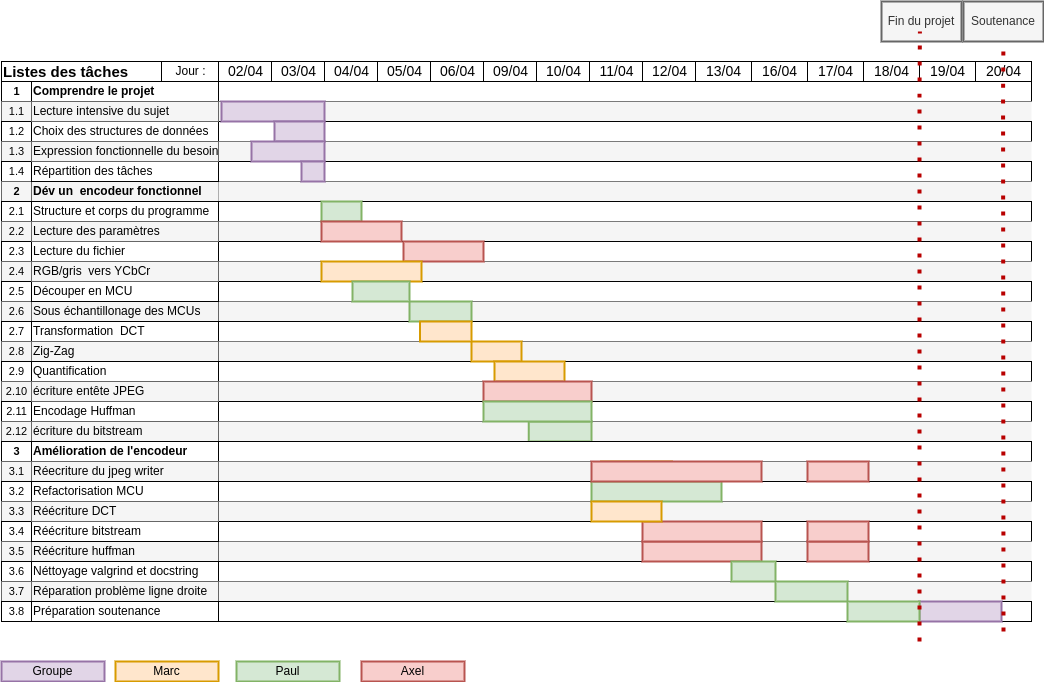
This is docs/Gantt.drawio.png from Paul-vrn/jpeg-encoder, a draw.io export, as it was before one commit. Source tidied: cells renumbered, new cells last; positions are measured from the earlier drawing's top-left corner, leaving out a move shared by most shapes.
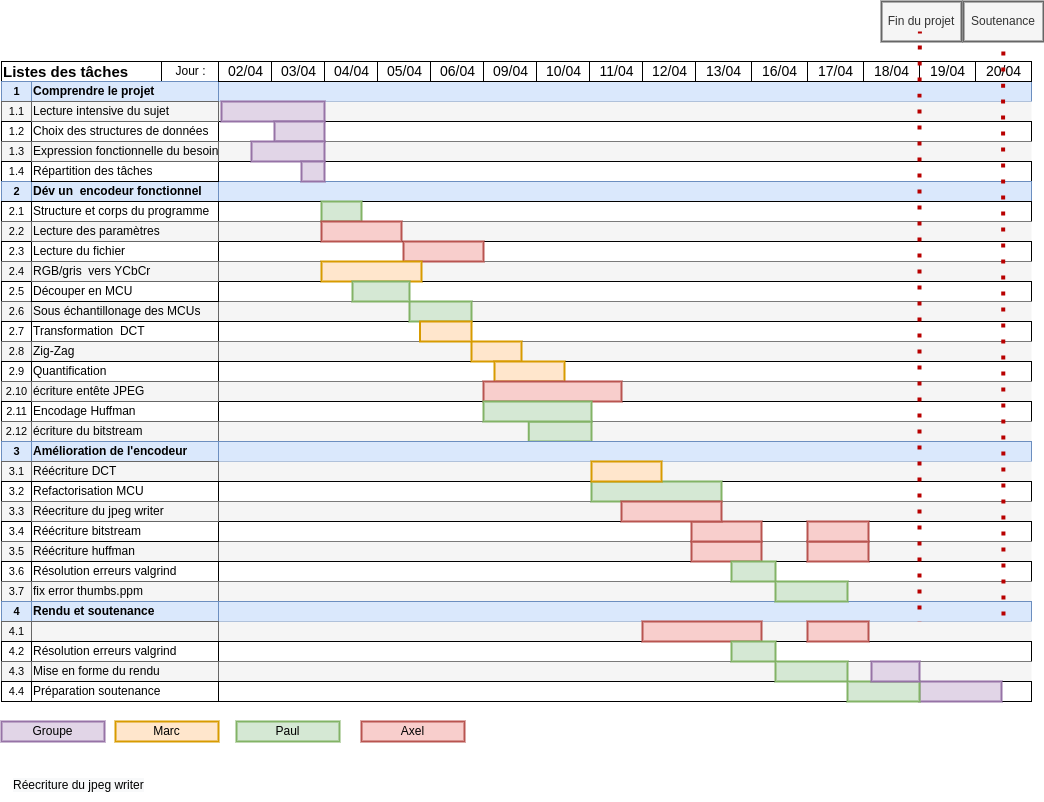
After the commit.

The edit, as a diff of the source:
```diff
@@ -5,7 +5,7 @@
     <mxCell id="2" value="Listes des tâches" style="strokeWidth=1;fontStyle=1;html=1;align=left;fontSize=15;perimeterSpacing=0;" parent="1" vertex="1">
       <mxGeometry y="60" width="217" height="20" as="geometry" />
     </mxCell>
-    <mxCell id="3" style="align=left;html=1;" parent="1" vertex="1">
+    <mxCell id="3" style="align=left;html=1;fillColor=#dae8fc;strokeColor=#6c8ebf;" parent="1" vertex="1">
       <mxGeometry x="217" y="80" width="813" height="20" as="geometry" />
     </mxCell>
     <mxCell id="4" value="Jour : " style="strokeWidth=1;fontStyle=0;html=1;" parent="1" vertex="1">
@@ -17,7 +17,7 @@
     <mxCell id="6" style="align=left;html=1;fillColor=#f5f5f5;fontColor=#333333;strokeColor=none;" parent="1" vertex="1">
       <mxGeometry x="217" y="100" width="813" height="20" as="geometry" />
     </mxCell>
-    <mxCell id="7" value="&lt;b&gt;Dév un&amp;nbsp; encodeur fonctionnel&lt;/b&gt;" style="align=left;html=1;strokeColor=#666666;perimeterSpacing=0;fillColor=#f5f5f5;" parent="1" vertex="1">
+    <mxCell id="7" value="&lt;b&gt;Dév un&amp;nbsp; encodeur fonctionnel&lt;/b&gt;" style="align=left;html=1;strokeColor=#6c8ebf;perimeterSpacing=0;fillColor=#dae8fc;" parent="1" vertex="1">
       <mxGeometry x="30" y="180" width="187" height="20" as="geometry" />
     </mxCell>
     <mxCell id="8" value="03/04" style="strokeWidth=1;fontStyle=0;html=1;fontSize=14;" parent="1" vertex="1">
@@ -47,7 +47,7 @@
     <mxCell id="16" value="13/04" style="strokeWidth=1;fontStyle=0;html=1;fontSize=14;" parent="1" vertex="1">
       <mxGeometry x="694" y="60" width="56" height="20" as="geometry" />
     </mxCell>
-    <mxCell id="17" value="&lt;b&gt;1&lt;/b&gt;" style="strokeWidth=1;fontStyle=0;html=1;verticalAlign=middle;align=center;fontSize=11;fontFamily=Helvetica;fontColor=#000000;" parent="1" vertex="1">
+    <mxCell id="17" value="&lt;b&gt;1&lt;/b&gt;" style="strokeWidth=1;fontStyle=0;html=1;verticalAlign=middle;align=center;fontSize=11;fontFamily=Helvetica;fillColor=#dae8fc;strokeColor=#6c8ebf;" parent="1" vertex="1">
       <mxGeometry y="80" width="30" height="20" as="geometry" />
     </mxCell>
     <mxCell id="18" value="1.1" style="strokeWidth=1;fontStyle=0;html=1;verticalAlign=middle;align=center;strokeColor=#666666;fontColor=#000000;fillColor=#f5f5f5;fontSize=11;fontFamily=Helvetica;" parent="1" vertex="1">
@@ -62,7 +62,7 @@
     <mxCell id="21" value="1.4" style="strokeWidth=1;fontStyle=0;html=1;verticalAlign=middle;align=center;fontSize=11;fontFamily=Helvetica;fontColor=#000000;" parent="1" vertex="1">
       <mxGeometry y="160" width="30" height="20" as="geometry" />
     </mxCell>
-    <mxCell id="22" value="&lt;b&gt;2&lt;/b&gt;" style="strokeWidth=1;fontStyle=0;html=1;verticalAlign=middle;align=center;strokeColor=#666666;fontColor=#000000;fillColor=#f5f5f5;fontSize=11;fontFamily=Helvetica;" parent="1" vertex="1">
+    <mxCell id="22" value="&lt;b&gt;2&lt;/b&gt;" style="strokeWidth=1;fontStyle=0;html=1;verticalAlign=middle;align=center;strokeColor=#6c8ebf;fillColor=#dae8fc;fontSize=11;fontFamily=Helvetica;" parent="1" vertex="1">
       <mxGeometry y="180" width="30" height="20" as="geometry" />
     </mxCell>
     <mxCell id="23" value="2.1" style="strokeWidth=1;fontStyle=0;html=1;verticalAlign=middle;align=center;fontSize=11;fontFamily=Helvetica;fontColor=#000000;" parent="1" vertex="1">
@@ -98,7 +98,7 @@
     <mxCell id="33" style="align=left;html=1;" parent="1" vertex="1">
       <mxGeometry x="217" y="160" width="813" height="20" as="geometry" />
     </mxCell>
-    <mxCell id="34" style="align=left;html=1;fillColor=#f5f5f5;fontColor=#333333;strokeColor=none;" parent="1" vertex="1">
+    <mxCell id="34" style="align=left;html=1;fillColor=#dae8fc;strokeColor=#6c8ebf;" parent="1" vertex="1">
       <mxGeometry x="217" y="180" width="813" height="20" as="geometry" />
     </mxCell>
     <mxCell id="35" style="align=left;html=1;" parent="1" vertex="1">
@@ -128,7 +128,7 @@
     <mxCell id="43" value="Répartition des tâches" style="align=left;html=1;perimeterSpacing=0;" parent="1" vertex="1">
       <mxGeometry x="30" y="160" width="187" height="20" as="geometry" />
     </mxCell>
-    <mxCell id="44" value="&lt;b&gt;Comprendre le projet&lt;br&gt;&lt;/b&gt;" style="align=left;html=1;perimeterSpacing=0;" parent="1" vertex="1">
+    <mxCell id="44" value="&lt;b&gt;Comprendre le projet&lt;br&gt;&lt;/b&gt;" style="align=left;html=1;perimeterSpacing=0;fillColor=#dae8fc;strokeColor=#6c8ebf;" parent="1" vertex="1">
       <mxGeometry x="30" y="80" width="187" height="20" as="geometry" />
     </mxCell>
     <mxCell id="45" value="Choix des structures de données" style="align=left;html=1;perimeterSpacing=0;" parent="1" vertex="1">
@@ -225,16 +225,16 @@
       <mxGeometry x="300" y="160" width="23" height="20" as="geometry" />
     </mxCell>
     <mxCell id="76" value="Groupe" style="rounded=0;whiteSpace=wrap;html=1;fillColor=#e1d5e7;strokeColor=#9673a6;strokeWidth=2;" parent="1" vertex="1">
-      <mxGeometry y="660" width="103" height="20" as="geometry" />
+      <mxGeometry y="720" width="103" height="20" as="geometry" />
     </mxCell>
     <mxCell id="77" value="Marc" style="rounded=0;whiteSpace=wrap;html=1;fillColor=#ffe6cc;strokeColor=#d79b00;strokeWidth=2;" parent="1" vertex="1">
-      <mxGeometry x="114" y="660" width="103" height="20" as="geometry" />
+      <mxGeometry x="114" y="720" width="103" height="20" as="geometry" />
     </mxCell>
     <mxCell id="78" value="Paul" style="rounded=0;whiteSpace=wrap;html=1;fillColor=#d5e8d4;strokeColor=#82b366;strokeWidth=2;" parent="1" vertex="1">
-      <mxGeometry x="235" y="660" width="103" height="20" as="geometry" />
+      <mxGeometry x="235" y="720" width="103" height="20" as="geometry" />
     </mxCell>
     <mxCell id="79" value="Axel" style="rounded=0;whiteSpace=wrap;html=1;fillColor=#f8cecc;strokeColor=#b85450;strokeWidth=2;" parent="1" vertex="1">
-      <mxGeometry x="360" y="660" width="103" height="20" as="geometry" />
+      <mxGeometry x="360" y="720" width="103" height="20" as="geometry" />
     </mxCell>
     <mxCell id="80" style="rounded=0;whiteSpace=wrap;html=1;fillColor=#f8cecc;strokeColor=#b85450;strokeWidth=2;" parent="1" vertex="1">
       <mxGeometry x="402" y="240" width="80" height="20" as="geometry" />
@@ -249,7 +249,7 @@
       <mxGeometry x="493" y="360" width="70" height="20" as="geometry" />
     </mxCell>
     <mxCell id="84" style="rounded=0;whiteSpace=wrap;html=1;fillColor=#f8cecc;strokeColor=#b85450;strokeWidth=2;" parent="1" vertex="1">
-      <mxGeometry x="482" y="380" width="108" height="20" as="geometry" />
+      <mxGeometry x="482" y="380" width="138" height="20" as="geometry" />
     </mxCell>
     <mxCell id="85" style="rounded=0;whiteSpace=wrap;html=1;fillColor=#d5e8d4;strokeColor=#82b366;strokeWidth=2;" parent="1" vertex="1">
       <mxGeometry x="527.2" y="420" width="62.8" height="20" as="geometry" />
@@ -263,22 +263,22 @@
     <mxCell id="88" style="rounded=0;whiteSpace=wrap;html=1;fillColor=#d5e8d4;strokeColor=#82b366;strokeWidth=2;" parent="1" vertex="1">
       <mxGeometry x="320" y="200" width="40" height="20" as="geometry" />
     </mxCell>
-    <mxCell id="89" value="&lt;b&gt;3&lt;/b&gt;" style="strokeWidth=1;fontStyle=0;html=1;verticalAlign=middle;align=center;fontSize=11;fontFamily=Helvetica;fontColor=#000000;" parent="1" vertex="1">
+    <mxCell id="89" value="&lt;b&gt;3&lt;/b&gt;" style="strokeWidth=1;fontStyle=0;html=1;verticalAlign=middle;align=center;fontSize=11;fontFamily=Helvetica;fillColor=#dae8fc;strokeColor=#6c8ebf;" parent="1" vertex="1">
       <mxGeometry y="440" width="30" height="20" as="geometry" />
     </mxCell>
-    <mxCell id="90" style="align=left;html=1;" parent="1" vertex="1">
+    <mxCell id="90" style="align=left;html=1;fillColor=#dae8fc;strokeColor=#6c8ebf;" parent="1" vertex="1">
       <mxGeometry x="217" y="440" width="813" height="20" as="geometry" />
     </mxCell>
     <mxCell id="91" style="align=left;html=1;fillColor=#f5f5f5;fontColor=#333333;strokeColor=none;" parent="1" vertex="1">
       <mxGeometry x="217" y="460" width="813" height="20" as="geometry" />
     </mxCell>
-    <mxCell id="92" value="&lt;b&gt;Amélioration de l'encodeur&lt;/b&gt;" style="align=left;html=1;perimeterSpacing=0;" parent="1" vertex="1">
+    <mxCell id="92" value="&lt;b&gt;Amélioration de l'encodeur&lt;/b&gt;" style="align=left;html=1;perimeterSpacing=0;fillColor=#dae8fc;strokeColor=#6c8ebf;" parent="1" vertex="1">
       <mxGeometry x="30" y="440" width="187" height="20" as="geometry" />
     </mxCell>
     <mxCell id="93" value="3.1" style="strokeWidth=1;fontStyle=0;html=1;verticalAlign=middle;align=center;strokeColor=#666666;fontColor=#000000;fillColor=#f5f5f5;fontSize=11;fontFamily=Helvetica;" parent="1" vertex="1">
       <mxGeometry y="460" width="30" height="20" as="geometry" />
     </mxCell>
-    <mxCell id="94" value="Réecriture du jpeg writer" style="align=left;html=1;strokeColor=#666666;perimeterSpacing=0;fillColor=#f5f5f5;" parent="1" vertex="1">
+    <mxCell id="94" value="Réécriture DCT" style="align=left;html=1;strokeColor=#666666;perimeterSpacing=0;fillColor=#f5f5f5;" parent="1" vertex="1">
       <mxGeometry x="30" y="460" width="187" height="20" as="geometry" />
     </mxCell>
     <mxCell id="95" value="3.2" style="strokeWidth=1;fontStyle=0;html=1;verticalAlign=middle;align=center;fontSize=11;fontFamily=Helvetica;fontColor=#000000;" parent="1" vertex="1">
@@ -320,15 +320,12 @@
     <mxCell id="107" value="Refactorisation MCU" style="align=left;html=1;perimeterSpacing=0;" parent="1" vertex="1">
       <mxGeometry x="30" y="480" width="187" height="20" as="geometry" />
     </mxCell>
-    <mxCell id="108" value="Réécriture DCT" style="align=left;html=1;strokeColor=#666666;perimeterSpacing=0;fillColor=#f5f5f5;" parent="1" vertex="1">
+    <mxCell id="108" value="&lt;span style=&quot;font-family: &amp;#34;helvetica&amp;#34;&quot;&gt;Réecriture du jpeg writer&lt;/span&gt;" style="align=left;html=1;strokeColor=#666666;perimeterSpacing=0;fillColor=#f5f5f5;" parent="1" vertex="1">
       <mxGeometry x="30" y="500" width="187" height="20" as="geometry" />
     </mxCell>
-    <mxCell id="109" value="Néttoyage valgrind et docstring" style="align=left;html=1;perimeterSpacing=0;" parent="1" vertex="1">
+    <mxCell id="109" value="Résolution erreurs valgrind" style="align=left;html=1;perimeterSpacing=0;" parent="1" vertex="1">
       <mxGeometry x="30" y="560" width="187" height="20" as="geometry" />
     </mxCell>
-    <mxCell id="110" style="rounded=0;whiteSpace=wrap;html=1;fillColor=#ffe6cc;strokeColor=#d79b00;strokeWidth=2;" parent="1" vertex="1">
-      <mxGeometry x="600" y="460" width="70" height="20" as="geometry" />
-    </mxCell>
     <mxCell id="111" style="rounded=0;whiteSpace=wrap;html=1;fillColor=#f8cecc;strokeColor=#b85450;strokeWidth=2;" parent="1" vertex="1">
       <mxGeometry x="320" y="220" width="80" height="20" as="geometry" />
     </mxCell>
@@ -350,24 +347,21 @@
     <mxCell id="117" value="3.7" style="strokeWidth=1;fontStyle=0;html=1;verticalAlign=middle;align=center;strokeColor=#666666;fontColor=#000000;fillColor=#f5f5f5;fontSize=11;fontFamily=Helvetica;" parent="1" vertex="1">
       <mxGeometry y="580" width="30" height="20" as="geometry" />
     </mxCell>
-    <mxCell id="118" value="3.8" style="strokeWidth=1;fontStyle=0;html=1;verticalAlign=middle;align=center;fontSize=11;fontFamily=Helvetica;fontColor=#000000;" parent="1" vertex="1">
+    <mxCell id="118" value="&lt;b&gt;4&lt;/b&gt;" style="strokeWidth=1;fontStyle=0;html=1;verticalAlign=middle;align=center;fontSize=11;fontFamily=Helvetica;fillColor=#dae8fc;strokeColor=#6c8ebf;" parent="1" vertex="1">
       <mxGeometry y="600" width="30" height="20" as="geometry" />
     </mxCell>
     <mxCell id="119" style="align=left;html=1;fillColor=#f5f5f5;fontColor=#333333;strokeColor=none;" parent="1" vertex="1">
       <mxGeometry x="217" y="580" width="813" height="20" as="geometry" />
     </mxCell>
-    <mxCell id="120" style="align=left;html=1;" parent="1" vertex="1">
+    <mxCell id="120" style="align=left;html=1;fillColor=#dae8fc;strokeColor=#6c8ebf;" parent="1" vertex="1">
       <mxGeometry x="217" y="600" width="813" height="20" as="geometry" />
     </mxCell>
-    <mxCell id="121" value="Réparation problème ligne droite" style="align=left;html=1;strokeColor=#666666;perimeterSpacing=0;fillColor=#f5f5f5;" parent="1" vertex="1">
+    <mxCell id="121" value="fix error thumbs.ppm" style="align=left;html=1;strokeColor=#666666;perimeterSpacing=0;fillColor=#f5f5f5;" parent="1" vertex="1">
       <mxGeometry x="30" y="580" width="187" height="20" as="geometry" />
     </mxCell>
-    <mxCell id="122" value="Préparation soutenance" style="align=left;html=1;perimeterSpacing=0;" parent="1" vertex="1">
+    <mxCell id="122" value="Rendu et soutenance" style="align=left;html=1;perimeterSpacing=0;fontStyle=1;fillColor=#dae8fc;strokeColor=#6c8ebf;" parent="1" vertex="1">
       <mxGeometry x="30" y="600" width="187" height="20" as="geometry" />
     </mxCell>
-    <mxCell id="123" style="rounded=0;whiteSpace=wrap;html=1;fillColor=#e1d5e7;strokeColor=#9673a6;strokeWidth=2;" parent="1" vertex="1">
-      <mxGeometry x="918" y="600" width="82" height="20" as="geometry" />
-    </mxCell>
     <mxCell id="124" style="endArrow=none;dashed=1;html=1;dashPattern=1 3;strokeWidth=4;fontSize=12;fillColor=#f8cecc;strokeColor=#B80000;" parent="1" edge="1">
       <mxGeometry relative="1" as="geometry">
         <mxPoint x="1002" y="630" as="sourcePoint" />
@@ -385,16 +379,16 @@
       <mxGeometry x="880" width="80" height="40" as="geometry" />
     </mxCell>
     <mxCell id="127" style="rounded=0;whiteSpace=wrap;html=1;fillColor=#f8cecc;strokeColor=#b85450;strokeWidth=2;" parent="1" vertex="1">
-      <mxGeometry x="641" y="540" width="119" height="20" as="geometry" />
+      <mxGeometry x="690" y="540" width="70" height="20" as="geometry" />
     </mxCell>
     <mxCell id="128" style="rounded=0;whiteSpace=wrap;html=1;fillColor=#f8cecc;strokeColor=#b85450;strokeWidth=2;" parent="1" vertex="1">
-      <mxGeometry x="641" y="520" width="119" height="20" as="geometry" />
+      <mxGeometry x="690" y="520" width="70" height="20" as="geometry" />
     </mxCell>
     <mxCell id="129" style="rounded=0;whiteSpace=wrap;html=1;fillColor=#ffe6cc;strokeColor=#d79b00;strokeWidth=2;" parent="1" vertex="1">
-      <mxGeometry x="590" y="500" width="70" height="20" as="geometry" />
+      <mxGeometry x="590" y="460" width="70" height="20" as="geometry" />
     </mxCell>
     <mxCell id="130" style="rounded=0;whiteSpace=wrap;html=1;fillColor=#f8cecc;strokeColor=#b85450;strokeWidth=2;" parent="1" vertex="1">
-      <mxGeometry x="590" y="460" width="170" height="20" as="geometry" />
+      <mxGeometry x="620" y="500" width="100" height="20" as="geometry" />
     </mxCell>
     <mxCell id="131" style="rounded=0;whiteSpace=wrap;html=1;fillColor=#d5e8d4;strokeColor=#82b366;strokeWidth=2;" parent="1" vertex="1">
       <mxGeometry x="730" y="560" width="44" height="20" as="geometry" />
@@ -402,9 +396,6 @@
     <mxCell id="132" style="rounded=0;whiteSpace=wrap;html=1;fillColor=#d5e8d4;strokeColor=#82b366;strokeWidth=2;" parent="1" vertex="1">
       <mxGeometry x="774" y="580" width="72" height="20" as="geometry" />
     </mxCell>
-    <mxCell id="133" style="rounded=0;whiteSpace=wrap;html=1;fillColor=#d5e8d4;strokeColor=#82b366;strokeWidth=2;" parent="1" vertex="1">
-      <mxGeometry x="846" y="600" width="72" height="20" as="geometry" />
-    </mxCell>
     <mxCell id="134" style="endArrow=none;dashed=1;html=1;dashPattern=1 3;strokeWidth=4;fontSize=12;fillColor=#f8cecc;strokeColor=#B80000;" parent="1" edge="1">
       <mxGeometry relative="1" as="geometry">
         <mxPoint x="918" y="640" as="sourcePoint" />
@@ -421,8 +412,65 @@
     <mxCell id="136" style="rounded=0;whiteSpace=wrap;html=1;fillColor=#f8cecc;strokeColor=#b85450;strokeWidth=2;" parent="1" vertex="1">
       <mxGeometry x="806" y="520" width="61" height="20" as="geometry" />
     </mxCell>
-    <mxCell id="137" style="rounded=0;whiteSpace=wrap;html=1;fillColor=#f8cecc;strokeColor=#b85450;strokeWidth=2;" parent="1" vertex="1">
-      <mxGeometry x="806" y="460" width="61" height="20" as="geometry" />
-    </mxCell>
+    <mxCell id="138" value="4.1" style="strokeWidth=1;fontStyle=0;html=1;verticalAlign=middle;align=center;strokeColor=#666666;fontColor=#000000;fillColor=#f5f5f5;fontSize=11;fontFamily=Helvetica;" parent="1" vertex="1">
+      <mxGeometry y="620" width="30" height="20" as="geometry" />
+    </mxCell>
+    <mxCell id="139" value="4.2" style="strokeWidth=1;fontStyle=0;html=1;verticalAlign=middle;align=center;fontSize=11;fontFamily=Helvetica;fontColor=#000000;" parent="1" vertex="1">
+      <mxGeometry y="640" width="30" height="20" as="geometry" />
+    </mxCell>
+    <mxCell id="140" style="align=left;html=1;fillColor=#f5f5f5;fontColor=#333333;strokeColor=none;" parent="1" vertex="1">
+      <mxGeometry x="217" y="620" width="813" height="20" as="geometry" />
+    </mxCell>
+    <mxCell id="141" style="align=left;html=1;" parent="1" vertex="1">
+      <mxGeometry x="217" y="640" width="813" height="20" as="geometry" />
+    </mxCell>
+    <mxCell id="142" style="align=left;html=1;strokeColor=#666666;perimeterSpacing=0;fillColor=#f5f5f5;" parent="1" vertex="1">
+      <mxGeometry x="30" y="620" width="187" height="20" as="geometry" />
+    </mxCell>
+    <mxCell id="143" value="Résolution erreurs valgrind" style="align=left;html=1;perimeterSpacing=0;" parent="1" vertex="1">
+      <mxGeometry x="30" y="640" width="187" height="20" as="geometry" />
+    </mxCell>
+    <mxCell id="144" value="4.3" style="strokeWidth=1;fontStyle=0;html=1;verticalAlign=middle;align=center;strokeColor=#666666;fontColor=#000000;fillColor=#f5f5f5;fontSize=11;fontFamily=Helvetica;" parent="1" vertex="1">
+      <mxGeometry y="660" width="30" height="20" as="geometry" />
+    </mxCell>
+    <mxCell id="145" value="4.4" style="strokeWidth=1;fontStyle=0;html=1;verticalAlign=middle;align=center;fontSize=11;fontFamily=Helvetica;fontColor=#000000;" parent="1" vertex="1">
+      <mxGeometry y="680" width="30" height="20" as="geometry" />
+    </mxCell>
+    <mxCell id="146" style="align=left;html=1;fillColor=#f5f5f5;fontColor=#333333;strokeColor=none;" parent="1" vertex="1">
+      <mxGeometry x="217" y="660" width="813" height="20" as="geometry" />
+    </mxCell>
+    <mxCell id="147" style="align=left;html=1;" parent="1" vertex="1">
+      <mxGeometry x="217" y="680" width="813" height="20" as="geometry" />
+    </mxCell>
+    <mxCell id="148" value="Mise en forme du rendu" style="align=left;html=1;strokeColor=#666666;perimeterSpacing=0;fillColor=#f5f5f5;" parent="1" vertex="1">
+      <mxGeometry x="30" y="660" width="187" height="20" as="geometry" />
+    </mxCell>
+    <mxCell id="149" value="Préparation soutenance" style="align=left;html=1;perimeterSpacing=0;" parent="1" vertex="1">
+      <mxGeometry x="30" y="680" width="187" height="20" as="geometry" />
+    </mxCell>
+    <mxCell id="150" style="rounded=0;whiteSpace=wrap;html=1;fillColor=#e1d5e7;strokeColor=#9673a6;strokeWidth=2;" parent="1" vertex="1">
+      <mxGeometry x="918" y="680" width="82" height="20" as="geometry" />
+    </mxCell>
+    <mxCell id="151" style="rounded=0;whiteSpace=wrap;html=1;fillColor=#f8cecc;strokeColor=#b85450;strokeWidth=2;" parent="1" vertex="1">
+      <mxGeometry x="641" y="620" width="119" height="20" as="geometry" />
+    </mxCell>
+    <mxCell id="152" style="rounded=0;whiteSpace=wrap;html=1;fillColor=#d5e8d4;strokeColor=#82b366;strokeWidth=2;" parent="1" vertex="1">
+      <mxGeometry x="730" y="640" width="44" height="20" as="geometry" />
+    </mxCell>
+    <mxCell id="153" style="rounded=0;whiteSpace=wrap;html=1;fillColor=#d5e8d4;strokeColor=#82b366;strokeWidth=2;" parent="1" vertex="1">
+      <mxGeometry x="774" y="660" width="72" height="20" as="geometry" />
+    </mxCell>
+    <mxCell id="154" style="rounded=0;whiteSpace=wrap;html=1;fillColor=#d5e8d4;strokeColor=#82b366;strokeWidth=2;" parent="1" vertex="1">
+      <mxGeometry x="846" y="680" width="72" height="20" as="geometry" />
+    </mxCell>
+    <mxCell id="155" style="rounded=0;whiteSpace=wrap;html=1;fillColor=#f8cecc;strokeColor=#b85450;strokeWidth=2;" parent="1" vertex="1">
+      <mxGeometry x="806" y="620" width="61" height="20" as="geometry" />
+    </mxCell>
+    <mxCell id="156" style="rounded=0;whiteSpace=wrap;html=1;fillColor=#e1d5e7;strokeColor=#9673a6;strokeWidth=2;" parent="1" vertex="1">
+      <mxGeometry x="870" y="660" width="48" height="20" as="geometry" />
+    </mxCell>
+    <mxCell id="157" value="&lt;span style=&quot;color: rgb(0, 0, 0); font-family: helvetica; font-size: 12px; font-style: normal; font-weight: 400; letter-spacing: normal; text-align: left; text-indent: 0px; text-transform: none; word-spacing: 0px; background-color: rgb(248, 249, 250); display: inline; float: none;&quot;&gt;Réecriture du jpeg writer&lt;/span&gt;" style="text;whiteSpace=wrap;html=1;" parent="1" vertex="1">
+      <mxGeometry x="10" y="770" width="160" height="30" as="geometry" />
+    </mxCell>
   </root>
 </mxGraphModel>
```
